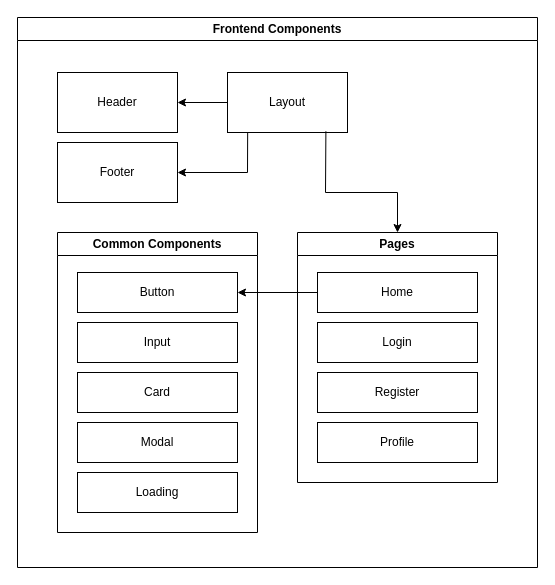
lgswin/HitchHikers keeps this draw.io diagram as page "Component Structure" (3 of 3) of ARCHITECTURE.drawio. Above is the earlier version. Source tidied: cells renumbered, new cells numbered last; positions are measured from the earlier drawing's top-left corner, leaving out a move shared by most shapes. Both pictures are drawn from the tidied source at 100%, with x=0, y=0 at pixel (17, 17).
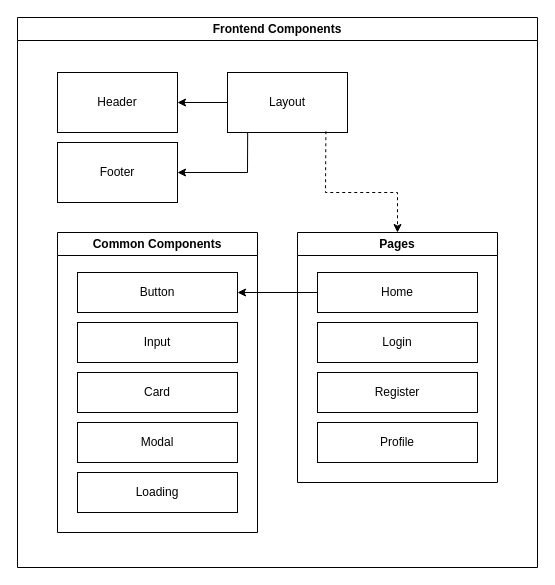
The same page after the edit.

Unchanged cells that the change refers to:
```xml
<mxCell id="2" value="Frontend Components" style="swimlane;whiteSpace=wrap;html=1;" parent="1" vertex="1">
  <mxGeometry width="520" height="550" as="geometry" />
</mxCell>
<mxCell id="11" value="Layout" style="rounded=0;whiteSpace=wrap;html=1;" parent="2" vertex="1">
  <mxGeometry x="210" y="55" width="120" height="60" as="geometry" />
</mxCell>
<mxCell id="14" value="Pages" style="swimlane;whiteSpace=wrap;html=1;" parent="2" vertex="1">
  <mxGeometry x="280" y="215" width="200" height="250" as="geometry" />
</mxCell>
```

What changed in the source:
```diff
@@
-<mxGraphModel>
+<mxGraphModel background="#ffffff">
@@
-    <mxCell id="19" style="endArrow=classic;html=1;rounded=0;exitX=0.82;exitY=0.979;exitDx=0;exitDy=0;exitPerimeter=0;entryX=0.5;entryY=0;entryDx=0;entryDy=0;" parent="2" edge="1" source="11" target="14">
+    <mxCell id="19" style="endArrow=classic;html=1;rounded=0;exitX=0.82;exitY=0.979;exitDx=0;exitDy=0;exitPerimeter=0;entryX=0.5;entryY=0;entryDx=0;entryDy=0;dashed=1;comic=0;fixDash=0;flowAnimation=1;" parent="2" edge="1" source="11" target="14">
       <mxGeometry relative="1" as="geometry">
         <Array as="points">
           <mxPoint x="308" y="175" />
           <mxPoint x="380" y="175" />
         </Array>
       </mxGeometry>
     </mxCell>
```
